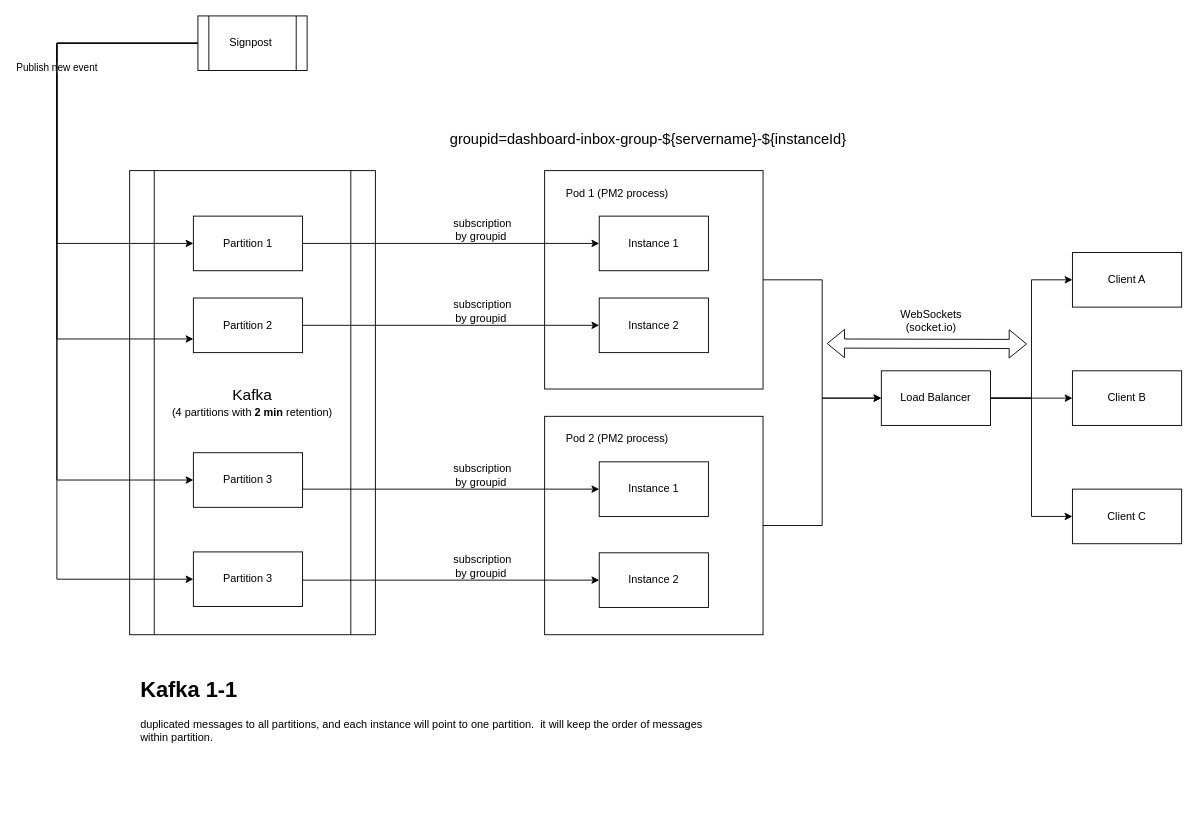
Before: page "Kafka 1-1" (5 of 5) of hppd-Inbox.drawio in half-6/workflow, a draw.io diagram. Source tidied: cells renumbered, new cells numbered last; positions are measured from the earlier drawing's top-left corner, leaving out a move shared by most shapes. Both pictures are drawn from the tidied source at 91%, with x=0, y=0 at pixel (56, 15).
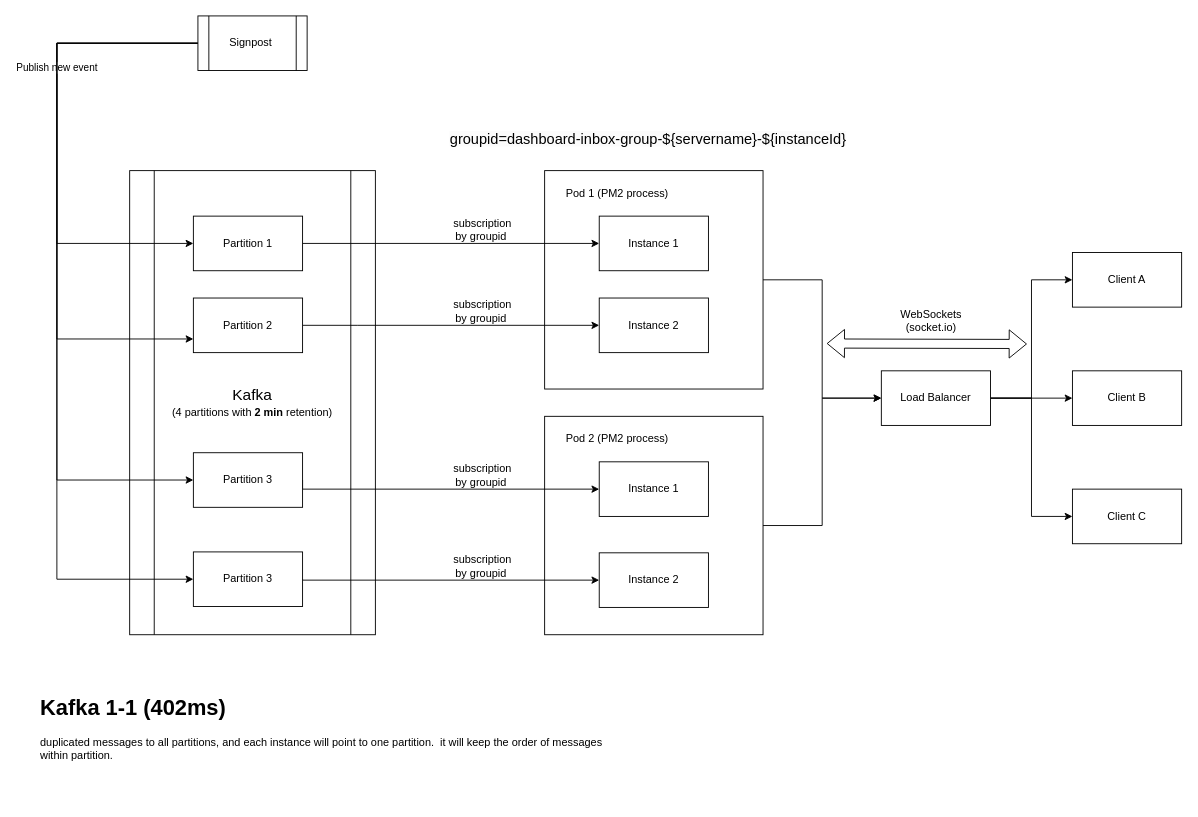
The same diagram, later.

Diff of the diagram source:
```diff
@@
-    <mxCell id="42" value="&lt;h1 style=&quot;margin-top: 0px;&quot;&gt;Kafka 1-1&lt;/h1&gt;&lt;p&gt;duplicated messages to all partitions, and each instance will point to one partition.&amp;nbsp; it will keep the order of messages within partition.&amp;nbsp;&amp;nbsp;&lt;/p&gt;" style="text;html=1;whiteSpace=wrap;overflow=hidden;rounded=0;" parent="1" vertex="1">
-      <mxGeometry x="90" y="720" width="650" height="120" as="geometry" />
+    <mxCell id="42" value="&lt;h1 style=&quot;margin-top: 0px;&quot;&gt;Kafka 1-1 (402ms)&amp;nbsp; &amp;nbsp;&lt;/h1&gt;&lt;p&gt;duplicated messages to all partitions, and each instance will point to one partition.&amp;nbsp; it will keep the order of messages within partition.&amp;nbsp;&amp;nbsp;&lt;/p&gt;" style="text;html=1;whiteSpace=wrap;overflow=hidden;rounded=0;" parent="1" vertex="1">
+      <mxGeometry x="-20" y="740" width="650" height="120" as="geometry" />
     </mxCell>
```
